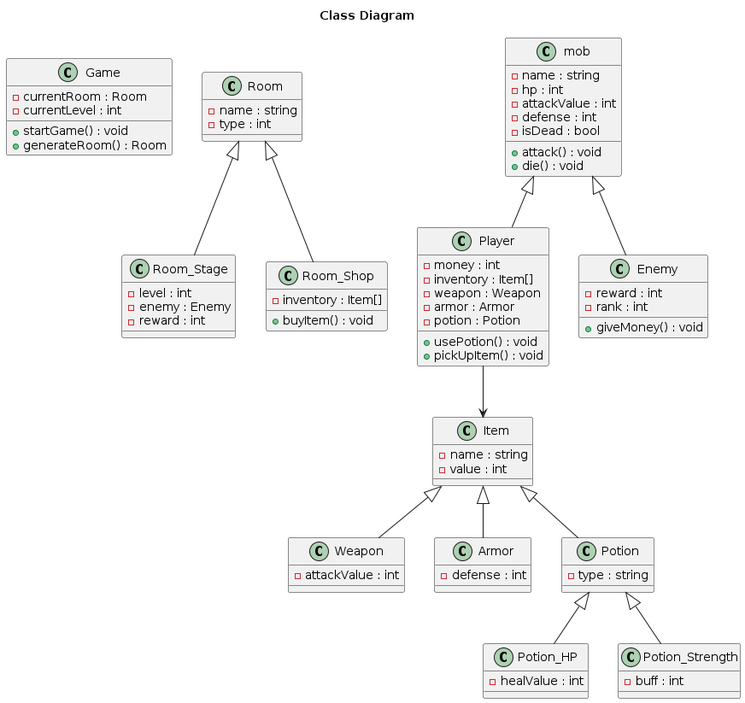
The PlantUML diagram game/uml/Logical View.png in paulconnett/oop-group-final, before a commit.
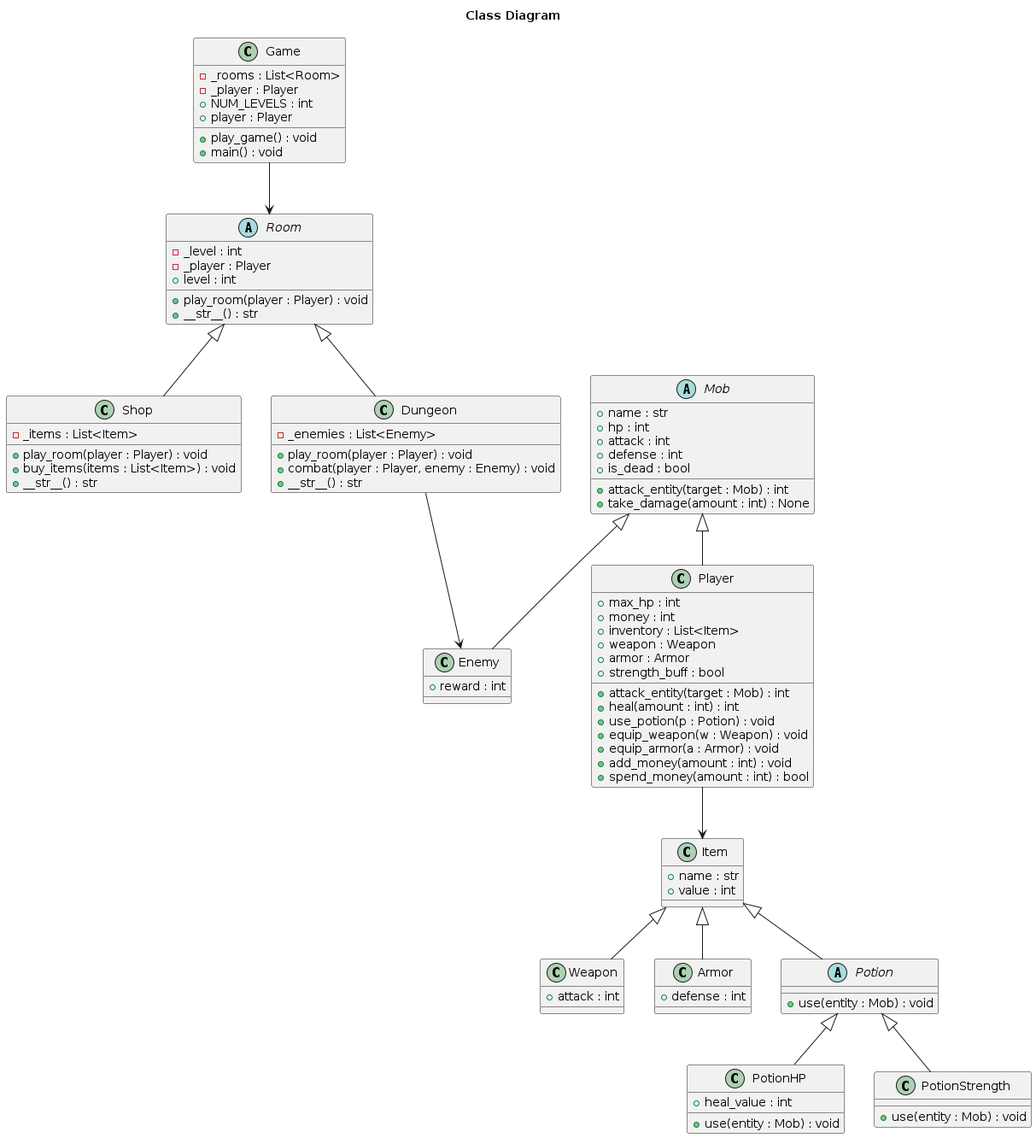
After the commit.

The edit, as a diff of the source:
```diff
@@ -2,87 +2,108 @@
 title Class Diagram
 
 class Game {
-  - currentRoom : Room
-  - currentLevel : int
-  + startGame() : void
-  + generateRoom() : Room
+  - _rooms : List<Room>
+  - _player : Player
+  + NUM_LEVELS : int
+  + play_game() : void
+  + player : Player
+  + main() : void
 }
 
-class Room {
-  - name : string
-  - type : int
+abstract class Room {
+  - _level : int
+  - _player : Player
+  + level : int
+  + play_room(player : Player) : void
+  + __str__() : str
 }
 
-class Room_Stage {
-  - level : int
-  - enemy : Enemy
-  - reward : int
+class Shop {
+  - _items : List<Item>
+  + play_room(player : Player) : void
+  + buy_items(items : List<Item>) : void
+  + __str__() : str
 }
 
-class Room_Shop {
-  - inventory : Item[]
-  + buyItem() : void
+class Dungeon {
+  - _enemies : List<Enemy>
+  + play_room(player : Player) : void
+  + combat(player : Player, enemy : Enemy) : void
+  + __str__() : str
 }
 
-class mob {
-  - name : string
-  - hp : int
-  - attackValue : int
-  - defense : int
-  - isDead : bool
-  + attack() : void
-  + die() : void
+Game --> Room
+Room <|-- Shop
+Room <|-- Dungeon
+
+abstract class Mob {
+  + name : str
+  + hp : int
+  + attack : int
+  + defense : int
+  + is_dead : bool
+  + attack_entity(target : Mob) : int
+  + take_damage(amount : int) : None
 }
 
 class Player {
-  - money : int
-  - inventory : Item[]
-  - weapon : Weapon
-  - armor : Armor
-  - potion : Potion
-  + usePotion() : void
-  + pickUpItem() : void
+  + max_hp : int
+  + money : int
+  + inventory : List<Item>
+  + weapon : Weapon
+  + armor : Armor
+  + strength_buff : bool
+  + attack_entity(target : Mob) : int
+  + heal(amount : int) : int
+  + use_potion(p : Potion) : void
+  + equip_weapon(w : Weapon) : void
+  + equip_armor(a : Armor) : void
+  + add_money(amount : int) : void
+  + spend_money(amount : int) : bool
 }
 
 class Enemy {
-  - reward : int
-  - rank : int
-  + giveMoney() : void
+  + reward : int
 }
 
+Mob <|-- Player
+Mob <|-- Enemy
+
+Player --> Item
+
+Dungeon --> Enemy
+
 class Item {
-  - name : string
-  - value : int
+  + name : str
+  + value : int
 }
 
 class Weapon {
-  - attackValue : int
+  + attack : int
 }
 
 class Armor {
-  - defense : int
+  + defense : int
 }
 
-class Potion {
-  - type : string
+abstract class Potion {
+  + use(entity : Mob) : void
 }
 
-class Potion_HP {
-  - healValue : int
+class PotionHP {
+  + heal_value : int
+  + use(entity : Mob) : void
 }
 
-class Potion_Strength {
-  - buff : int
+class PotionStrength {
+  + use(entity : Mob) : void
 }
 
-Room <|-- Room_Stage
-Room <|-- Room_Shop
-mob <|-- Player
-mob <|-- Enemy
-Player --> Item
 Item <|-- Weapon
 Item <|-- Armor
 Item <|-- Potion
-Potion <|-- Potion_HP
-Potion <|-- Potion_Strength
+
+Potion <|-- PotionHP
+Potion <|-- PotionStrength
+
 @enduml
```
